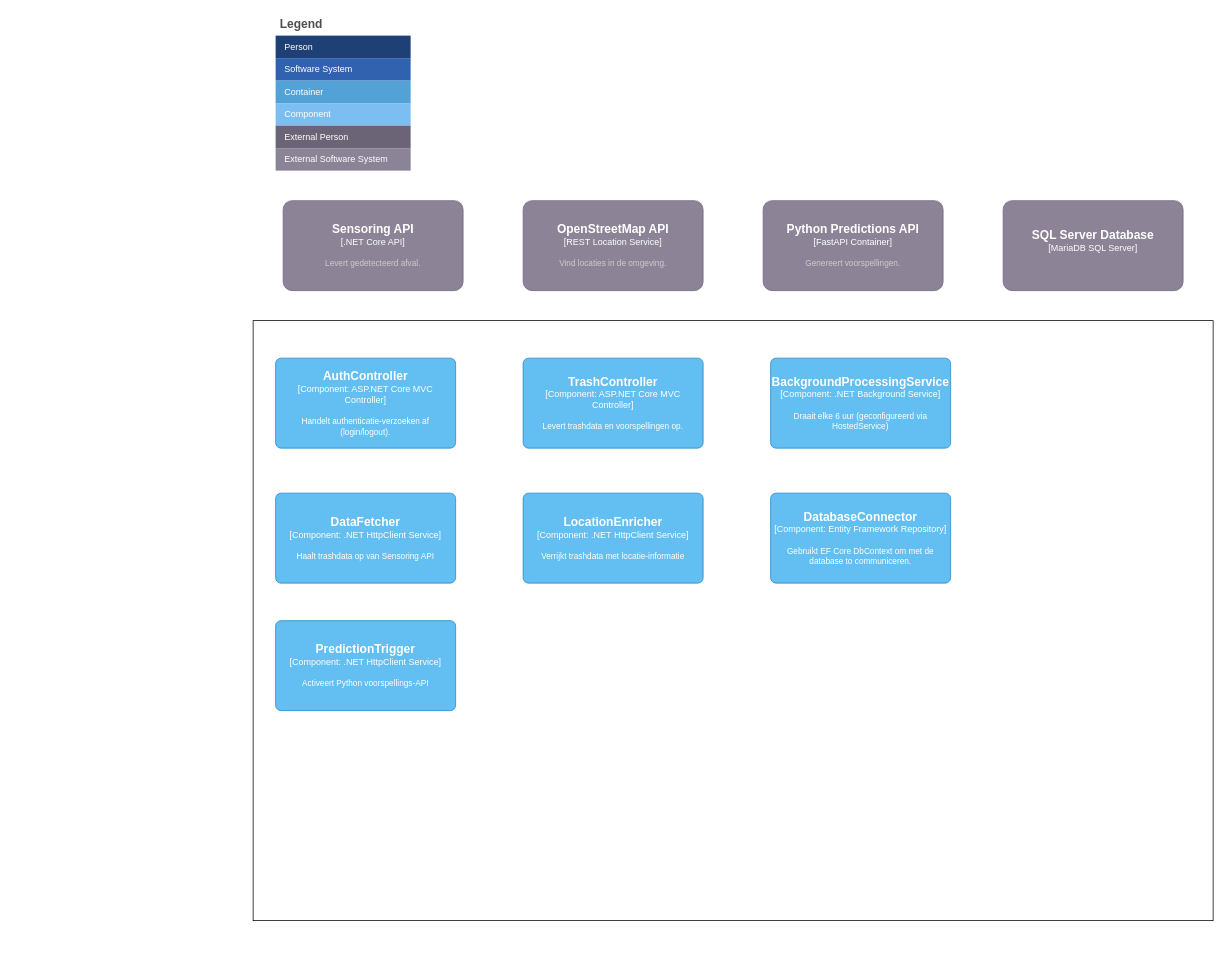
This is documentation/C4/mainApiLayer3.drawio from ChrisHorler/ICT1_4_ZwerfAfval, a draw.io file, before an edit. Source tidied: cells renumbered, new cells numbered last; positions are measured from the earlier drawing's top-left corner, leaving out a move shared by most shapes. Both pictures are drawn from the tidied source at 75%, with x=0, y=0 at pixel (253, 13).
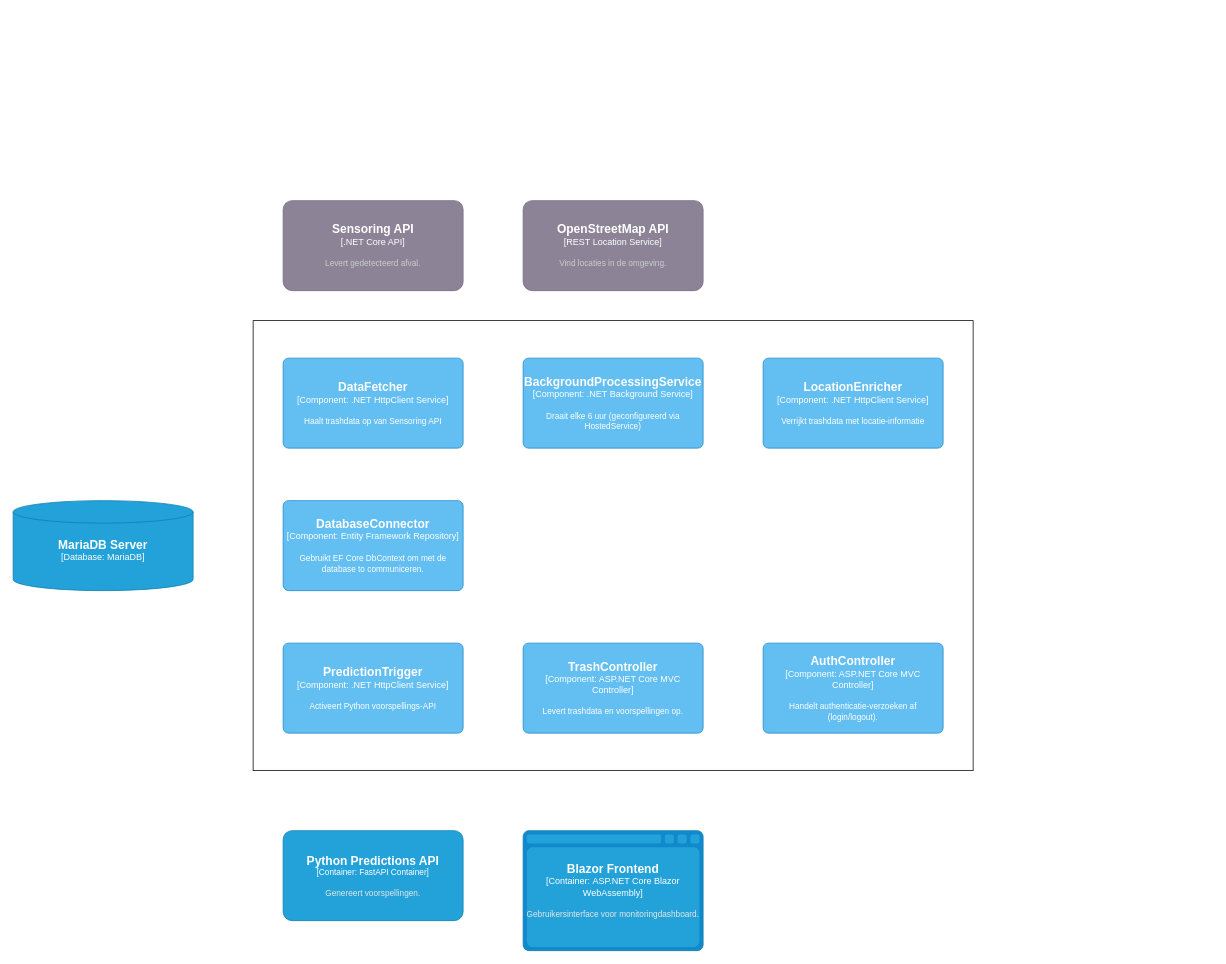
The same page after the edit.

Commit message (it also covers changes not shown here):
accurate design

Diff of the diagram source:
```diff
@@
     <mxCell id="2" style="rounded=0;whiteSpace=wrap;html=1;" parent="1" vertex="1">
-      <mxGeometry y="410" width="1280" height="800" as="geometry" />
+      <mxGeometry y="410" width="960" height="600" as="geometry" />
     </mxCell>
@@
-    <mxCell id="4" value="Legend" style="shape=table;startSize=30;childLayout=tableLayout;fontSize=16;align=left;verticalAlign=top;fillColor=none;strokeColor=none;fontColor=#4D4D4D;fontStyle=1;spacingLeft=6;spacing=0;" parent="1" vertex="1">
-      <mxGeometry x="30" width="180" height="210" as="geometry" />
-    </mxCell>
-    <mxCell id="5" style="shape=tableRow;horizontal=0;startSize=0;swimlaneHead=0;swimlaneBody=0;strokeColor=inherit;top=0;left=0;bottom=0;right=0;fillColor=none;fontSize=12;" parent="4" vertex="1">
-      <mxGeometry y="30" width="180" height="30" as="geometry" />
-    </mxCell>
-    <mxCell id="6" value="Person" style="shape=partialRectangle;html=1;whiteSpace=wrap;strokeColor=inherit;overflow=hidden;fillColor=#1E4074;top=0;left=0;bottom=0;right=0;fontSize=12;align=left;fontColor=#FFFFFF;gradientColor=none;spacingLeft=10;spacingRight=4;" parent="5" vertex="1">
-      <mxGeometry width="180" height="30" as="geometry" />
-    </mxCell>
-    <mxCell id="7" style="shape=tableRow;horizontal=0;startSize=0;swimlaneHead=0;swimlaneBody=0;strokeColor=inherit;top=0;left=0;bottom=0;right=0;fillColor=none;fontSize=12;" parent="4" vertex="1">
-      <mxGeometry y="60" width="180" height="30" as="geometry" />
-    </mxCell>
-    <mxCell id="8" value="Software System" style="shape=partialRectangle;html=1;whiteSpace=wrap;strokeColor=inherit;overflow=hidden;fillColor=#3162AF;top=0;left=0;bottom=0;right=0;fontSize=12;align=left;fontColor=#FFFFFF;gradientColor=none;spacingLeft=10;spacingRight=4;" parent="7" vertex="1">
-      <mxGeometry width="180" height="30" as="geometry" />
-    </mxCell>
-    <mxCell id="9" style="shape=tableRow;horizontal=0;startSize=0;swimlaneHead=0;swimlaneBody=0;strokeColor=inherit;top=0;left=0;bottom=0;right=0;fillColor=none;fontSize=12;" parent="4" vertex="1">
-      <mxGeometry y="90" width="180" height="30" as="geometry" />
-    </mxCell>
-    <mxCell id="10" value="Container" style="shape=partialRectangle;html=1;whiteSpace=wrap;strokeColor=inherit;overflow=hidden;fillColor=#52a2d8;top=0;left=0;bottom=0;right=0;fontSize=12;align=left;fontColor=#FFFFFF;gradientColor=none;spacingLeft=10;spacingRight=4;" parent="9" vertex="1">
-      <mxGeometry width="180" height="30" as="geometry" />
-    </mxCell>
-    <mxCell id="11" style="shape=tableRow;horizontal=0;startSize=0;swimlaneHead=0;swimlaneBody=0;strokeColor=inherit;top=0;left=0;bottom=0;right=0;fillColor=none;fontSize=12;" parent="4" vertex="1">
-      <mxGeometry y="120" width="180" height="30" as="geometry" />
-    </mxCell>
-    <mxCell id="12" value="Component" style="shape=partialRectangle;html=1;whiteSpace=wrap;strokeColor=inherit;overflow=hidden;fillColor=#7dbef2;top=0;left=0;bottom=0;right=0;fontSize=12;align=left;fontColor=#FFFFFF;gradientColor=none;spacingLeft=10;spacingRight=4;" parent="11" vertex="1">
-      <mxGeometry width="180" height="30" as="geometry" />
-    </mxCell>
-    <mxCell id="13" style="shape=tableRow;horizontal=0;startSize=0;swimlaneHead=0;swimlaneBody=0;strokeColor=inherit;top=0;left=0;bottom=0;right=0;fillColor=none;fontSize=12;" parent="4" vertex="1">
-      <mxGeometry y="150" width="180" height="30" as="geometry" />
-    </mxCell>
-    <mxCell id="14" value="External Person" style="shape=partialRectangle;html=1;whiteSpace=wrap;strokeColor=inherit;overflow=hidden;fillColor=#6b6477;top=0;left=0;bottom=0;right=0;fontSize=12;align=left;fontColor=#FFFFFF;gradientColor=none;spacingLeft=10;spacingRight=4;" parent="13" vertex="1">
-      <mxGeometry width="180" height="30" as="geometry" />
-    </mxCell>
-    <mxCell id="15" style="shape=tableRow;horizontal=0;startSize=0;swimlaneHead=0;swimlaneBody=0;strokeColor=inherit;top=0;left=0;bottom=0;right=0;fillColor=none;fontSize=12;" parent="4" vertex="1">
-      <mxGeometry y="180" width="180" height="30" as="geometry" />
-    </mxCell>
-    <mxCell id="16" value="External Software System" style="shape=partialRectangle;html=1;whiteSpace=wrap;strokeColor=inherit;overflow=hidden;fillColor=#8b8496;top=0;left=0;bottom=0;right=0;fontSize=12;align=left;fontColor=#FFFFFF;gradientColor=none;spacingLeft=10;spacingRight=4;" parent="15" vertex="1">
-      <mxGeometry width="180" height="30" as="geometry" />
-    </mxCell>
     <object id="17" label="&lt;font style=&quot;font-size: 16px&quot;&gt;&lt;b&gt;%c4Name%&lt;/b&gt;&lt;/font&gt;&lt;div&gt;[%c4Type%: %c4Technology%]&lt;/div&gt;&lt;br&gt;&lt;div&gt;&lt;font style=&quot;font-size: 11px&quot;&gt;%c4Description%&lt;/font&gt;&lt;/div&gt;" c4Description="Handelt authenticatie-verzoeken af (login/logout)." c4Name="AuthController" c4Technology="ASP.NET Core MVC Controller" c4Type="Component" placeholders="1">
       <mxCell style="rounded=1;whiteSpace=wrap;html=1;labelBackgroundColor=none;fillColor=#63BEF2;fontColor=#ffffff;align=center;arcSize=6;strokeColor=#2086C9;" parent="1" vertex="1">
-        <mxGeometry x="30" y="460" width="240" height="120" as="geometry" />
+        <mxGeometry x="680" y="840" width="240" height="120" as="geometry" />
       </mxCell>
     </object>
@@
     <object id="19" label="&lt;font style=&quot;font-size: 16px&quot;&gt;&lt;b&gt;%c4Name%&lt;/b&gt;&lt;/font&gt;&lt;div&gt;[%c4Type%: %c4Technology%]&lt;/div&gt;&lt;br&gt;&lt;div&gt;&lt;font style=&quot;font-size: 11px&quot;&gt;%c4Description%&lt;/font&gt;&lt;/div&gt;" c4Description="Levert trashdata en voorspellingen op." c4Name="TrashController" c4Technology="ASP.NET Core MVC Controller" c4Type="Component" placeholders="1">
       <mxCell style="rounded=1;whiteSpace=wrap;html=1;labelBackgroundColor=none;fillColor=#63BEF2;fontColor=#ffffff;align=center;arcSize=6;strokeColor=#2086C9;" parent="1" vertex="1">
-        <mxGeometry x="360" y="460" width="240" height="120" as="geometry" />
+        <mxGeometry x="360" y="840" width="240" height="120" as="geometry" />
       </mxCell>
     </object>
     <object id="20" label="&lt;font style=&quot;font-size: 16px&quot;&gt;&lt;b&gt;%c4Name%&lt;/b&gt;&lt;/font&gt;&lt;div&gt;[%c4Type%: %c4Technology%]&lt;/div&gt;&lt;br&gt;&lt;div&gt;&lt;font style=&quot;font-size: 11px&quot;&gt;%c4Description%&lt;/font&gt;&lt;/div&gt;" c4Description="Draait elke 6 uur (geconfigureerd via HostedService)" c4Name="BackgroundProcessingService" c4Technology=".NET Background Service" c4Type="Component" placeholders="1">
       <mxCell style="rounded=1;whiteSpace=wrap;html=1;labelBackgroundColor=none;fillColor=#63BEF2;fontColor=#ffffff;align=center;arcSize=6;strokeColor=#2086C9;" parent="1" vertex="1">
-        <mxGeometry x="690" y="460" width="240" height="120" as="geometry" />
+        <mxGeometry x="360" y="460" width="240" height="120" as="geometry" />
       </mxCell>
     </object>
     <object id="21" label="&lt;font style=&quot;font-size: 16px&quot;&gt;&lt;b&gt;%c4Name%&lt;/b&gt;&lt;/font&gt;&lt;div&gt;[%c4Type%: %c4Technology%]&lt;/div&gt;&lt;br&gt;&lt;div&gt;&lt;font style=&quot;font-size: 11px&quot;&gt;%c4Description%&lt;/font&gt;&lt;/div&gt;" c4Description="Haalt trashdata op van Sensoring API" c4Name="DataFetcher" c4Technology=".NET HttpClient Service" c4Type="Component" placeholders="1">
       <mxCell style="rounded=1;whiteSpace=wrap;html=1;labelBackgroundColor=none;fillColor=#63BEF2;fontColor=#ffffff;align=center;arcSize=6;strokeColor=#2086C9;" parent="1" vertex="1">
-        <mxGeometry x="30" y="640" width="240" height="120" as="geometry" />
+        <mxGeometry x="40" y="460" width="240" height="120" as="geometry" />
       </mxCell>
     </object>
     <object id="22" label="&lt;font style=&quot;font-size: 16px&quot;&gt;&lt;b&gt;%c4Name%&lt;/b&gt;&lt;/font&gt;&lt;div&gt;[%c4Type%: %c4Technology%]&lt;/div&gt;&lt;br&gt;&lt;div&gt;&lt;font style=&quot;font-size: 11px&quot;&gt;%c4Description%&lt;/font&gt;&lt;/div&gt;" c4Description="Verrijkt trashdata met locatie-informatie" c4Name="LocationEnricher" c4Technology=".NET HttpClient Service" c4Type="Component" placeholders="1">
       <mxCell style="rounded=1;whiteSpace=wrap;html=1;labelBackgroundColor=none;fillColor=#63BEF2;fontColor=#ffffff;align=center;arcSize=6;strokeColor=#2086C9;" parent="1" vertex="1">
-        <mxGeometry x="360" y="640" width="240" height="120" as="geometry" />
+        <mxGeometry x="680" y="460" width="240" height="120" as="geometry" />
       </mxCell>
     </object>
     <object id="23" label="&lt;font style=&quot;font-size: 16px&quot;&gt;&lt;b&gt;%c4Name%&lt;/b&gt;&lt;/font&gt;&lt;div&gt;[%c4Type%: %c4Technology%]&lt;/div&gt;&lt;br&gt;&lt;div&gt;&lt;font style=&quot;font-size: 11px&quot;&gt;%c4Description%&lt;/font&gt;&lt;/div&gt;" c4Description="Gebruikt EF Core DbContext om met de database to communiceren." c4Name="DatabaseConnector" c4Technology="Entity Framework Repository" c4Type="Component" placeholders="1">
       <mxCell style="rounded=1;whiteSpace=wrap;html=1;labelBackgroundColor=none;fillColor=#63BEF2;fontColor=#ffffff;align=center;arcSize=6;strokeColor=#2086C9;" parent="1" vertex="1">
-        <mxGeometry x="690" y="640" width="240" height="120" as="geometry" />
+        <mxGeometry x="40" y="650" width="240" height="120" as="geometry" />
       </mxCell>
     </object>
     <object id="24" label="&lt;font style=&quot;font-size: 16px&quot;&gt;&lt;b&gt;%c4Name%&lt;/b&gt;&lt;/font&gt;&lt;div&gt;[%c4Type%: %c4Technology%]&lt;/div&gt;&lt;br&gt;&lt;div&gt;&lt;font style=&quot;font-size: 11px&quot;&gt;%c4Description%&lt;/font&gt;&lt;/div&gt;" c4Description="Activeert Python voorspellings-API" c4Name="PredictionTrigger" c4Technology=".NET HttpClient Service" c4Type="Component" placeholders="1">
       <mxCell style="rounded=1;whiteSpace=wrap;html=1;labelBackgroundColor=none;fillColor=#63BEF2;fontColor=#ffffff;align=center;arcSize=6;strokeColor=#2086C9;" parent="1" vertex="1">
-        <mxGeometry x="30" y="810" width="240" height="120" as="geometry" />
+        <mxGeometry x="40" y="840" width="240" height="120" as="geometry" />
       </mxCell>
     </object>
-    <object id="25" label="&lt;font style=&quot;font-size: 16px&quot;&gt;&lt;b&gt;%c4Name%&lt;/b&gt;&lt;/font&gt;&lt;div&gt;[%c4Type%]&lt;/div&gt;&lt;br&gt;&lt;div&gt;&lt;font style=&quot;font-size: 11px&quot;&gt;&lt;font color=&quot;#cccccc&quot;&gt;%c4Description%&lt;/font&gt;&lt;/div&gt;" c4Description="" c4Name="SQL Server Database" c4Type="MariaDB SQL Server" placeholders="1">
-      <mxCell style="rounded=1;whiteSpace=wrap;html=1;labelBackgroundColor=none;fillColor=#8C8496;fontColor=#ffffff;align=center;arcSize=10;strokeColor=#736782;" parent="1" vertex="1">
-        <mxGeometry x="1000" y="250" width="240" height="120" as="geometry" />
-      </mxCell>
-    </object>
-    <object id="26" label="&lt;font style=&quot;font-size: 16px&quot;&gt;&lt;b&gt;%c4Name%&lt;/b&gt;&lt;/font&gt;&lt;div&gt;[%c4Type%]&lt;/div&gt;&lt;br&gt;&lt;div&gt;&lt;font style=&quot;font-size: 11px&quot;&gt;&lt;font color=&quot;#cccccc&quot;&gt;%c4Description%&lt;/font&gt;&lt;/div&gt;" c4Description="Genereert voorspellingen." c4Name="Python Predictions API" c4Type="FastAPI Container" placeholders="1">
-      <mxCell style="rounded=1;whiteSpace=wrap;html=1;labelBackgroundColor=none;fillColor=#8C8496;fontColor=#ffffff;align=center;arcSize=10;strokeColor=#736782;" parent="1" vertex="1">
-        <mxGeometry x="680" y="250" width="240" height="120" as="geometry" />
-      </mxCell>
-    </object>
+    <object id="27" label="&lt;font style=&quot;font-size: 16px&quot;&gt;&lt;b&gt;%c4Name%&lt;/b&gt;&lt;/font&gt;&lt;div&gt;[%c4Type%:&amp;nbsp;%c4Technology%]&lt;/div&gt;&lt;br&gt;&lt;div&gt;&lt;font style=&quot;font-size: 11px&quot;&gt;&lt;font color=&quot;#E6E6E6&quot;&gt;%c4Description%&lt;/font&gt;&lt;/div&gt;" c4Description="" c4Name="MariaDB Server" c4Technology="MariaDB" c4Type="Database" placeholders="1">
+      <mxCell style="shape=cylinder3;size=15;whiteSpace=wrap;html=1;boundedLbl=1;rounded=0;labelBackgroundColor=none;fillColor=#23A2D9;fontSize=12;fontColor=#ffffff;align=center;strokeColor=#0E7DAD;" parent="1" vertex="1">
+        <mxGeometry x="-320" y="650" width="240" height="120" as="geometry" />
+      </mxCell>
+    </object>
+    <object id="28" label="&lt;font style=&quot;font-size: 16px&quot;&gt;&lt;b&gt;%c4Name%&lt;/b&gt;&lt;/font&gt;&lt;div&gt;[%c4Type%: %c4Technology%]&lt;/div&gt;&lt;br&gt;&lt;div&gt;&lt;font style=&quot;font-size: 11px&quot;&gt;&lt;font color=&quot;#E6E6E6&quot;&gt;%c4Description%&lt;/font&gt;&lt;/div&gt;" c4Description="Genereert voorspellingen." c4Name="Python Predictions API" c4Technology="FastAPI Container" c4Type="Container" placeholders="1">
+      <mxCell style="rounded=1;whiteSpace=wrap;html=1;fontSize=11;labelBackgroundColor=none;fillColor=#23A2D9;fontColor=#ffffff;align=center;arcSize=10;strokeColor=#0E7DAD;" parent="1" vertex="1">
+        <mxGeometry x="40" y="1090" width="240" height="120" as="geometry" />
+      </mxCell>
+    </object>
+    <object id="29" label="&lt;font style=&quot;font-size: 16px&quot;&gt;&lt;b&gt;%c4Name%&lt;/b&gt;&lt;/font&gt;&lt;div&gt;[%c4Type%:&amp;nbsp;%c4Technology%]&lt;/div&gt;&lt;br&gt;&lt;div&gt;&lt;font style=&quot;font-size: 11px&quot;&gt;&lt;font color=&quot;#E6E6E6&quot;&gt;%c4Description%&lt;/font&gt;&lt;/div&gt;" c4Description="Gebruikersinterface voor monitoringdashboard." c4Name="Blazor Frontend" c4Technology="ASP.NET Core Blazor WebAssembly" c4Type="Container" placeholders="1">
+      <mxCell style="shape=mxgraph.c4.webBrowserContainer2;whiteSpace=wrap;html=1;boundedLbl=1;rounded=0;labelBackgroundColor=none;strokeColor=#118ACD;fillColor=#23A2D9;strokeColor=#118ACD;strokeColor2=#0E7DAD;fontSize=12;fontColor=#ffffff;align=center;" parent="1" vertex="1">
+        <mxGeometry x="360" y="1090" width="240" height="160" as="geometry" />
+      </mxCell>
+    </object>
```
